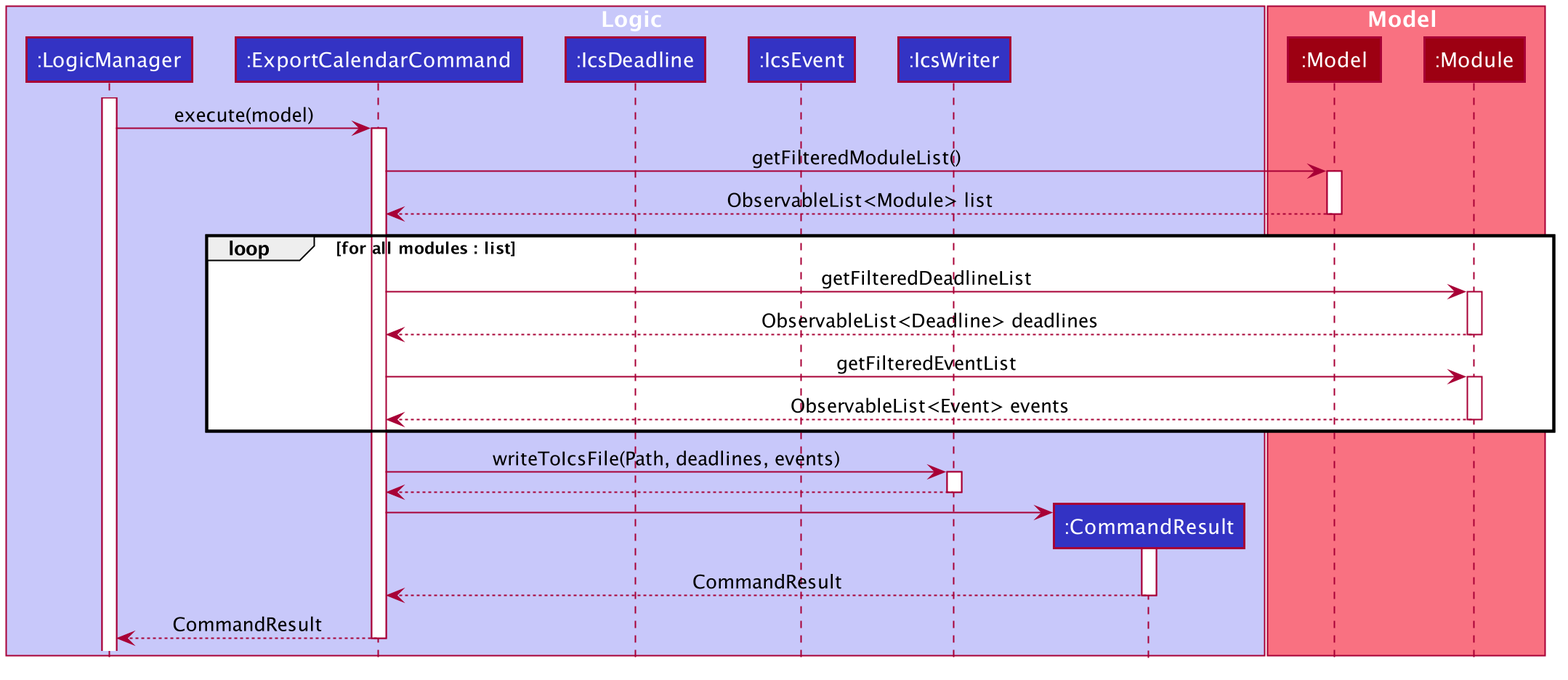
nus-cs2103-AY1920S2/addressbook-level3 keeps this PlantUML diagram as docs/images/ExportCalendarModelSequenceDiagram.png. Above is the earlier version. The source it was exported from:
```plantuml
@startuml








skinparam BackgroundColor #FFFFFFF

skinparam Shadowing false

skinparam Class {
    FontColor #FFFFFF
    BorderThickness 1
    BorderColor #FFFFFF
    StereotypeFontColor #FFFFFF
    FontName Arial
}

skinparam Actor {
    BorderColor #000000
    Color #000000
    FontName Arial
}

skinparam Sequence {
    MessageAlign center
    BoxFontSize 15
    BoxPadding 0
    BoxFontColor #FFFFFF
    FontName Arial
}

skinparam Participant {
    FontColor #FFFFFFF
    Padding 20
}

skinparam MinClassWidth 50
skinparam ParticipantPadding 10
skinparam Shadowing false
skinparam DefaultTextAlignment center
skinparam packageStyle Rectangle

hide footbox
hide members
hide circle

box Logic #C8C8FA
participant ":LogicManager" as LogicManager #3333C4
participant ":ExportCalendarCommand" as ExportCalendarCommand #3333C4
participant ":IcsDeadline" as IcsDeadline #3333C4
participant ":IcsEvent" as IcsEvent #3333C4
participant ":IcsWriter" as IcsWriter #3333C4
participant ":CommandResult" as CommandResult #3333C4
end box

box Model #F97181
participant ":Model" as Model #9D0012
participant ":Module" as Module #9D0012
end box

activate LogicManager
LogicManager -> ExportCalendarCommand : execute(model)

activate ExportCalendarCommand
ExportCalendarCommand -> Model : getFilteredModuleList()

activate Model
Model --> ExportCalendarCommand : ObservableList<Module> list
deactivate Model

loop for all modules : list
    ExportCalendarCommand -> Module : getFilteredDeadlineList
    activate Module
    Module --> ExportCalendarCommand : ObservableList<Deadline> deadlines
    deactivate Module

    ExportCalendarCommand -> Module : getFilteredEventList
    activate Module
    Module --> ExportCalendarCommand : ObservableList<Event> events
    deactivate Module
end

ExportCalendarCommand -> IcsWriter : writeToIcsFile(Path, deadlines, events)
activate IcsWriter

IcsWriter --> ExportCalendarCommand
deactivate IcsWriter

create CommandResult
ExportCalendarCommand -> CommandResult
activate CommandResult

CommandResult --> ExportCalendarCommand : CommandResult
deactivate CommandResult

ExportCalendarCommand --> LogicManager : CommandResult
deactivate ExportCalendarCommand
@enduml
```
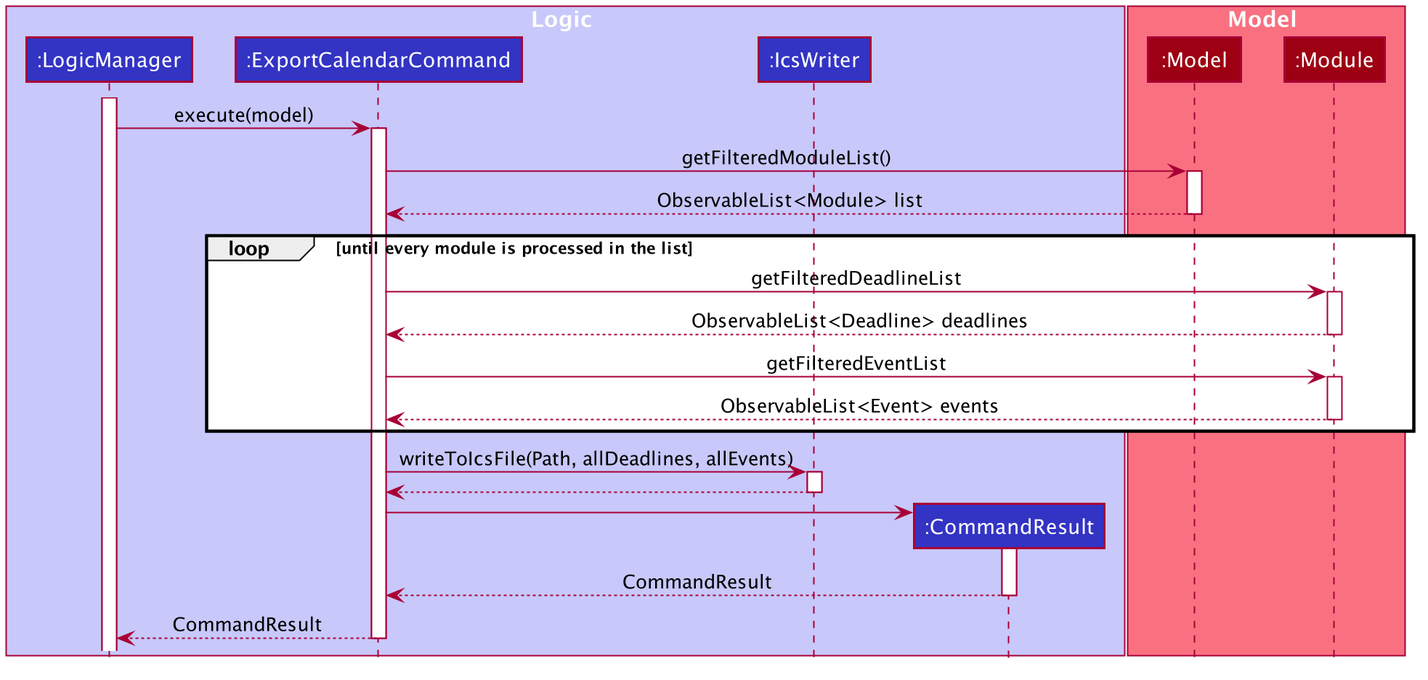
Above is the later version.

Commit message:
Updated UML diagrams

Change to the diagram source:
```diff
@@ -51,8 +51,6 @@
 box Logic #C8C8FA
 participant ":LogicManager" as LogicManager #3333C4
 participant ":ExportCalendarCommand" as ExportCalendarCommand #3333C4
-participant ":IcsDeadline" as IcsDeadline #3333C4
-participant ":IcsEvent" as IcsEvent #3333C4
 participant ":IcsWriter" as IcsWriter #3333C4
 participant ":CommandResult" as CommandResult #3333C4
 end box
@@ -72,7 +70,7 @@
 Model --> ExportCalendarCommand : ObservableList<Module> list
 deactivate Model
 
-loop for all modules : list
+loop until every module is processed in the list
     ExportCalendarCommand -> Module : getFilteredDeadlineList
     activate Module
     Module --> ExportCalendarCommand : ObservableList<Deadline> deadlines
@@ -84,7 +82,7 @@
     deactivate Module
 end
 
-ExportCalendarCommand -> IcsWriter : writeToIcsFile(Path, deadlines, events)
+ExportCalendarCommand -> IcsWriter : writeToIcsFile(Path, allDeadlines, allEvents)
 activate IcsWriter
 
 IcsWriter --> ExportCalendarCommand
```
